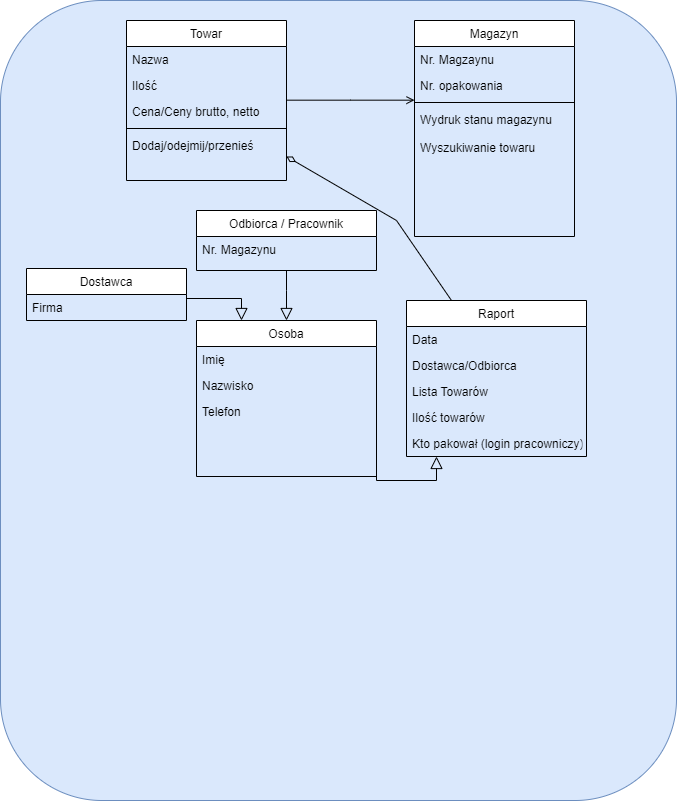
This is Doc/diag.png from Buczixo/MagazineManagmentProject, a draw.io export, as it was before one commit. Source tidied: cells renumbered, new cells last; positions are measured from the earlier drawing's top-left corner, leaving out a move shared by most shapes.
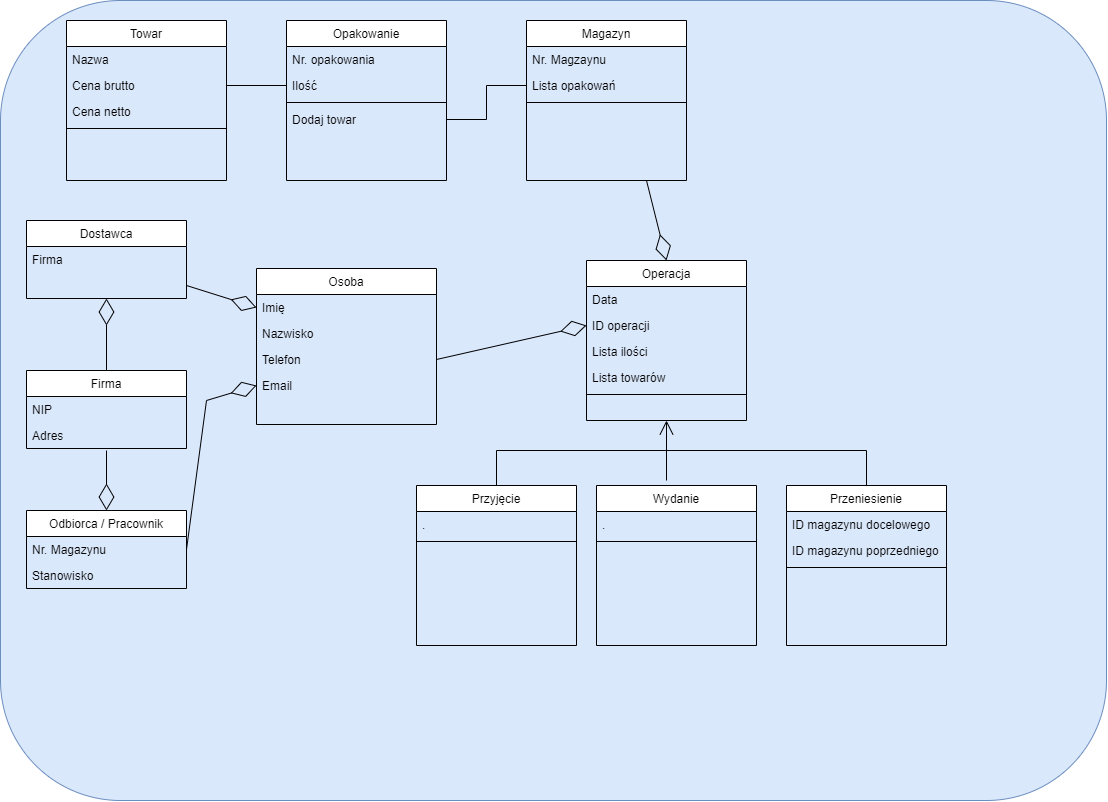
After the change.

Diff of the diagram source:
```diff
@@ -3,106 +3,52 @@
     <mxCell id="0" />
     <mxCell id="1" parent="0" />
     <mxCell id="2" style="rounded=1;whiteSpace=wrap;html=1;fontSize=9;fillColor=#dae8fc;strokeColor=#6c8ebf;" parent="1" vertex="1">
-      <mxGeometry width="676" height="800" as="geometry" />
+      <mxGeometry width="1106" height="800" as="geometry" />
     </mxCell>
     <mxCell id="3" value="Towar" style="swimlane;fontStyle=0;align=center;verticalAlign=top;horizontal=1;startSize=26;rounded=0;shadow=0;strokeWidth=1;" parent="1" vertex="1">
-      <mxGeometry x="126" y="20" width="160" height="160" as="geometry" />
+      <mxGeometry x="66" y="20" width="160" height="160" as="geometry" />
     </mxCell>
-    <mxCell id="4" value="Nazwa" style="text;align=left;verticalAlign=top;spacingLeft=4;spacingRight=4;overflow=hidden;" parent="3" vertex="1">
-      <mxGeometry y="26" width="160" height="26" as="geometry" />
-    </mxCell>
-    <mxCell id="5" value="Ilość" style="text;align=left;verticalAlign=top;spacingLeft=4;spacingRight=4;overflow=hidden;points=[[0,0.5],[1,0.5]];portConstraint=eastwest;rounded=0;shadow=0;html=0;" parent="3" vertex="1">
-      <mxGeometry y="52" width="160" height="26" as="geometry" />
-    </mxCell>
+    <mxCell id="34" value="Nazwa" style="text;align=left;verticalAlign=top;spacingLeft=4;spacingRight=4;overflow=hidden;rounded=0;shadow=0;html=0;" parent="3" vertex="1">
+      <mxGeometry y="26" width="160" height="26" as="geometry" />
+    </mxCell>
-    <mxCell id="6" value="Cena/Ceny brutto, netto" style="text;align=left;verticalAlign=top;spacingLeft=4;spacingRight=4;overflow=hidden;points=[[0,0.5],[1,0.5]];portConstraint=eastwest;rounded=0;shadow=0;html=0;" parent="3" vertex="1">
-      <mxGeometry y="78" width="160" height="26" as="geometry" />
+    <mxCell id="6" value="Cena brutto" style="text;align=left;verticalAlign=top;spacingLeft=4;spacingRight=4;overflow=hidden;points=[[0,0.5],[1,0.5]];portConstraint=eastwest;rounded=0;shadow=0;html=0;" parent="3" vertex="1">
+      <mxGeometry y="52" width="160" height="26" as="geometry" />
     </mxCell>
+    <mxCell id="35" value="Cena netto" style="text;align=left;verticalAlign=top;spacingLeft=4;spacingRight=4;overflow=hidden;rounded=0;shadow=0;html=0;" parent="3" vertex="1">
+      <mxGeometry y="78" width="160" height="26" as="geometry" />
+    </mxCell>
     <mxCell id="7" style="line;html=1;strokeWidth=1;align=left;verticalAlign=middle;spacingTop=-1;spacingLeft=3;spacingRight=3;labelPosition=right;" parent="3" vertex="1">
       <mxGeometry y="104" width="160" height="8" as="geometry" />
     </mxCell>
-    <mxCell id="8" value="Dodaj/odejmij/przenieś" style="text;align=left;verticalAlign=top;spacingLeft=4;spacingRight=4;overflow=hidden;points=[[0,0.5],[1,0.5]];portConstraint=eastwest;" parent="3" vertex="1">
-      <mxGeometry y="112" width="160" height="48" as="geometry" />
-    </mxCell>
     <mxCell id="9" value="Dostawca" style="swimlane;fontStyle=0;align=center;verticalAlign=top;horizontal=1;startSize=26;rounded=0;shadow=0;strokeWidth=1;" parent="1" vertex="1">
-      <mxGeometry x="26" y="268" width="160" height="52" as="geometry" />
+      <mxGeometry x="26" y="220" width="160" height="78" as="geometry" />
     </mxCell>
     <mxCell id="10" value="Firma" style="text;align=left;verticalAlign=top;spacingLeft=4;spacingRight=4;overflow=hidden;" parent="9" vertex="1">
       <mxGeometry y="26" width="160" height="26" as="geometry" />
     </mxCell>
     <mxCell id="11" value="Odbiorca / Pracownik" style="swimlane;fontStyle=0;align=center;verticalAlign=top;horizontal=1;startSize=26;rounded=0;shadow=0;strokeWidth=1;" parent="1" vertex="1">
-      <mxGeometry x="196" y="210" width="180" height="60" as="geometry" />
+      <mxGeometry x="26" y="510" width="160" height="78" as="geometry" />
     </mxCell>
     <mxCell id="12" value="Nr. Magazynu" style="text;align=left;verticalAlign=top;spacingLeft=4;spacingRight=4;overflow=hidden;points=[[0,0.5],[1,0.5]];portConstraint=eastwest;" parent="11" vertex="1">
-      <mxGeometry y="26" width="180" height="26" as="geometry" />
+      <mxGeometry y="26" width="160" height="26" as="geometry" />
     </mxCell>
+    <mxCell id="36" value="Stanowisko" style="text;align=left;verticalAlign=top;spacingLeft=4;spacingRight=4;overflow=hidden;" parent="11" vertex="1">
+      <mxGeometry y="52" width="160" height="26" as="geometry" />
+    </mxCell>
     <mxCell id="13" value="Magazyn" style="swimlane;fontStyle=0;align=center;verticalAlign=top;horizontal=1;startSize=26;rounded=0;shadow=0;strokeWidth=1;" parent="1" vertex="1">
-      <mxGeometry x="414" y="20" width="160" height="216" as="geometry" />
+      <mxGeometry x="526" y="20" width="160" height="160" as="geometry" />
     </mxCell>
     <mxCell id="14" value="Nr. Magzaynu" style="text;align=left;verticalAlign=top;spacingLeft=4;spacingRight=4;overflow=hidden;" parent="13" vertex="1">
       <mxGeometry y="26" width="160" height="26" as="geometry" />
     </mxCell>
-    <mxCell id="15" value="Nr. opakowania" style="text;align=left;verticalAlign=top;spacingLeft=4;spacingRight=4;overflow=hidden;rounded=0;shadow=0;html=0;" parent="13" vertex="1">
-      <mxGeometry y="52" width="160" height="26" as="geometry" />
-    </mxCell>
+    <mxCell id="37" value="Lista opakowań" style="text;align=left;verticalAlign=top;spacingLeft=4;spacingRight=4;overflow=hidden;points=[[0,0.5],[1,0.5]];portConstraint=eastwest;rounded=0;shadow=0;html=0;" parent="13" vertex="1">
+      <mxGeometry y="52" width="160" height="26" as="geometry" />
+    </mxCell>
     <mxCell id="16" style="line;html=1;strokeWidth=1;align=left;verticalAlign=middle;spacingTop=-1;spacingLeft=3;spacingRight=3;labelPosition=right;" parent="13" vertex="1">
       <mxGeometry y="78" width="160" height="8" as="geometry" />
     </mxCell>
-    <mxCell id="17" value="Wydruk stanu magazynu" style="text;align=left;verticalAlign=top;spacingLeft=4;spacingRight=4;overflow=hidden;" parent="13" vertex="1">
-      <mxGeometry y="86" width="160" height="28" as="geometry" />
-    </mxCell>
-    <mxCell id="18" value="Wyszukiwanie towaru" style="text;align=left;verticalAlign=top;spacingLeft=4;spacingRight=4;overflow=hidden;" parent="13" vertex="1">
-      <mxGeometry y="114" width="160" height="26" as="geometry" />
-    </mxCell>
-    <mxCell id="19" style="endArrow=open;shadow=0;strokeWidth=1;rounded=0;endFill=1;edgeStyle=elbowEdgeStyle;elbow=vertical;fontSize=9;" parent="1" edge="1" source="3" target="13">
-      <mxGeometry x="0.5" y="41" relative="1" as="geometry">
-        <mxPoint x="-40" y="32" as="offset" />
-      </mxGeometry>
-    </mxCell>
-    <mxCell id="20" value="Raport" style="swimlane;fontStyle=0;align=center;verticalAlign=top;horizontal=1;startSize=26;rounded=0;shadow=0;strokeWidth=1;" parent="1" vertex="1">
-      <mxGeometry x="406" y="300" width="180" height="156" as="geometry" />
-    </mxCell>
-    <mxCell id="21" value="Data" style="text;align=left;verticalAlign=top;spacingLeft=4;spacingRight=4;overflow=hidden;" parent="20" vertex="1">
-      <mxGeometry y="26" width="180" height="26" as="geometry" />
-    </mxCell>
-    <mxCell id="22" value="Dostawca/Odbiorca" style="text;align=left;verticalAlign=top;spacingLeft=4;spacingRight=4;overflow=hidden;rounded=0;shadow=0;html=0;" parent="20" vertex="1">
-      <mxGeometry y="52" width="180" height="26" as="geometry" />
-    </mxCell>
-    <mxCell id="23" value="Lista Towarów" style="text;align=left;verticalAlign=top;spacingLeft=4;spacingRight=4;overflow=hidden;rounded=0;shadow=0;html=0;" parent="20" vertex="1">
-      <mxGeometry y="78" width="180" height="26" as="geometry" />
-    </mxCell>
-    <mxCell id="24" value="Ilość towarów" style="text;align=left;verticalAlign=top;spacingLeft=4;spacingRight=4;overflow=hidden;rounded=0;shadow=0;html=0;" parent="20" vertex="1">
-      <mxGeometry y="104" width="180" height="26" as="geometry" />
-    </mxCell>
-    <mxCell id="25" value="Kto pakował (login pracowniczy)" style="text;align=left;verticalAlign=top;spacingLeft=4;spacingRight=4;overflow=hidden;rounded=0;shadow=0;html=0;" parent="20" vertex="1">
-      <mxGeometry y="130" width="180" height="26" as="geometry" />
-    </mxCell>
-    <mxCell id="26" style="endArrow=none;startArrow=diamondThin;endFill=0;startFill=0;html=1;verticalAlign=bottom;labelBackgroundColor=none;strokeWidth=1;startSize=8;endSize=8;rounded=0;fontSize=9;exitX=1;exitY=0.5;exitDx=0;exitDy=0;entryX=0.25;entryY=0;entryDx=0;entryDy=0;" parent="1" edge="1" source="8" target="20">
-      <mxGeometry relative="1" as="geometry">
-        <Array as="points">
-          <mxPoint x="396" y="220" />
-        </Array>
-      </mxGeometry>
-    </mxCell>
-    <mxCell id="27" style="endArrow=block;endSize=10;endFill=0;shadow=0;strokeWidth=1;rounded=0;edgeStyle=elbowEdgeStyle;elbow=vertical;entryX=0.5;entryY=0;entryDx=0;entryDy=0;exitX=0.5;exitY=1;exitDx=0;exitDy=0;" parent="1" edge="1" source="11" target="29">
-      <mxGeometry relative="1" as="geometry">
-        <Array as="points">
-          <mxPoint x="266" y="290" />
-          <mxPoint x="256" y="360" />
-        </Array>
-      </mxGeometry>
-    </mxCell>
-    <mxCell id="28" style="endArrow=block;endSize=10;endFill=0;shadow=0;strokeWidth=1;rounded=0;edgeStyle=elbowEdgeStyle;elbow=vertical;exitX=1;exitY=0.75;exitDx=0;exitDy=0;entryX=0.25;entryY=0;entryDx=0;entryDy=0;" parent="1" edge="1" source="9" target="29">
-      <mxGeometry relative="1" as="geometry">
-        <Array as="points">
-          <mxPoint x="206" y="298" />
-          <mxPoint x="136" y="340" />
-          <mxPoint x="266" y="440" />
-          <mxPoint x="266" y="420" />
-        </Array>
-      </mxGeometry>
-    </mxCell>
     <mxCell id="29" value="Osoba" style="swimlane;fontStyle=0;align=center;verticalAlign=top;horizontal=1;startSize=26;rounded=0;shadow=0;strokeWidth=1;" parent="1" vertex="1">
-      <mxGeometry x="196" y="320" width="180" height="156" as="geometry" />
+      <mxGeometry x="256" y="268" width="180" height="156" as="geometry" />
     </mxCell>
     <mxCell id="30" value="Imię" style="text;align=left;verticalAlign=top;spacingLeft=4;spacingRight=4;overflow=hidden;" parent="29" vertex="1">
       <mxGeometry y="26" width="180" height="26" as="geometry" />
@@ -113,12 +59,134 @@
     <mxCell id="32" value="Telefon" style="text;align=left;verticalAlign=top;spacingLeft=4;spacingRight=4;overflow=hidden;points=[[0,0.5],[1,0.5]];portConstraint=eastwest;rounded=0;shadow=0;html=0;" parent="29" vertex="1">
       <mxGeometry y="78" width="180" height="26" as="geometry" />
     </mxCell>
-    <mxCell id="33" style="endArrow=block;endSize=10;endFill=0;shadow=0;strokeWidth=1;rounded=0;edgeStyle=elbowEdgeStyle;elbow=vertical;exitX=1;exitY=0.5;exitDx=0;exitDy=0;" parent="1" edge="1" source="31" target="20">
-      <mxGeometry relative="1" as="geometry">
-        <Array as="points">
-          <mxPoint x="436" y="480" />
-        </Array>
-      </mxGeometry>
-    </mxCell>
+    <mxCell id="38" value="Email" style="text;align=left;verticalAlign=top;spacingLeft=4;spacingRight=4;overflow=hidden;rounded=0;shadow=0;html=0;" parent="29" vertex="1">
+      <mxGeometry y="104" width="180" height="26" as="geometry" />
+    </mxCell>
+    <mxCell id="39" style="endArrow=diamondThin;endFill=0;endSize=24;html=1;rounded=0;exitX=1;exitY=0.5;exitDx=0;exitDy=0;entryX=0;entryY=0.25;entryDx=0;entryDy=0;" parent="1" edge="1" target="29">
+      <mxGeometry relative="1" as="geometry">
+        <mxPoint x="186" y="285" as="sourcePoint" />
+      </mxGeometry>
+    </mxCell>
+    <mxCell id="40" style="endArrow=diamondThin;endFill=0;endSize=24;html=1;rounded=0;exitX=1;exitY=0.5;exitDx=0;exitDy=0;entryX=0;entryY=0.75;entryDx=0;entryDy=0;" parent="1" edge="1" source="12" target="29">
+      <mxGeometry relative="1" as="geometry">
+        <Array as="points">
+          <mxPoint x="206" y="400" />
+        </Array>
+      </mxGeometry>
+    </mxCell>
+    <mxCell id="41" value="Opakowanie" style="swimlane;fontStyle=0;align=center;verticalAlign=top;horizontal=1;startSize=26;rounded=0;shadow=0;strokeWidth=1;" parent="1" vertex="1">
+      <mxGeometry x="286" y="20" width="160" height="160" as="geometry" />
+    </mxCell>
+    <mxCell id="4" value="Nr. opakowania" style="text;align=left;verticalAlign=top;spacingLeft=4;spacingRight=4;overflow=hidden;" parent="41" vertex="1">
+      <mxGeometry y="26" width="160" height="26" as="geometry" />
+    </mxCell>
+    <mxCell id="5" value="Ilość" style="text;align=left;verticalAlign=top;spacingLeft=4;spacingRight=4;overflow=hidden;points=[[0,0.5],[1,0.5]];portConstraint=eastwest;" parent="41" vertex="1">
+      <mxGeometry y="52" width="160" height="26" as="geometry" />
+    </mxCell>
+    <mxCell id="42" style="line;html=1;strokeWidth=1;align=left;verticalAlign=middle;spacingTop=-1;spacingLeft=3;spacingRight=3;labelPosition=right;" parent="41" vertex="1">
+      <mxGeometry y="78" width="160" height="8" as="geometry" />
+    </mxCell>
+    <mxCell id="43" value="Dodaj towar" style="text;align=left;verticalAlign=top;spacingLeft=4;spacingRight=4;overflow=hidden;points=[[0,0.5],[1,0.5]];portConstraint=eastwest;" parent="41" vertex="1">
+      <mxGeometry y="86" width="160" height="26" as="geometry" />
+    </mxCell>
+    <mxCell id="44" value="Operacja" style="swimlane;fontStyle=0;align=center;verticalAlign=top;horizontal=1;startSize=26;rounded=0;shadow=0;strokeWidth=1;" parent="1" vertex="1">
+      <mxGeometry x="586" y="260" width="160" height="160" as="geometry" />
+    </mxCell>
+    <mxCell id="21" value="Data" style="text;align=left;verticalAlign=top;spacingLeft=4;spacingRight=4;overflow=hidden;" parent="44" vertex="1">
+      <mxGeometry y="26" width="160" height="26" as="geometry" />
+    </mxCell>
+    <mxCell id="45" value="ID operacji" style="text;align=left;verticalAlign=top;spacingLeft=4;spacingRight=4;overflow=hidden;points=[[0,0.5],[1,0.5]];portConstraint=eastwest;rounded=0;shadow=0;html=0;" parent="44" vertex="1">
+      <mxGeometry y="52" width="160" height="26" as="geometry" />
+    </mxCell>
+    <mxCell id="46" value="Lista ilości" style="text;align=left;verticalAlign=top;spacingLeft=4;spacingRight=4;overflow=hidden;rounded=0;shadow=0;html=0;" parent="44" vertex="1">
+      <mxGeometry y="78" width="160" height="26" as="geometry" />
+    </mxCell>
+    <mxCell id="47" value="Lista towarów" style="text;align=left;verticalAlign=top;spacingLeft=4;spacingRight=4;overflow=hidden;rounded=0;shadow=0;html=0;" parent="44" vertex="1">
+      <mxGeometry y="104" width="160" height="26" as="geometry" />
+    </mxCell>
+    <mxCell id="48" style="line;html=1;strokeWidth=1;align=left;verticalAlign=middle;spacingTop=-1;spacingLeft=3;spacingRight=3;labelPosition=right;" parent="44" vertex="1">
+      <mxGeometry y="130" width="160" height="8" as="geometry" />
+    </mxCell>
+    <mxCell id="49" value="Firma" style="swimlane;fontStyle=0;align=center;verticalAlign=top;horizontal=1;startSize=26;rounded=0;shadow=0;strokeWidth=1;" parent="1" vertex="1">
+      <mxGeometry x="26" y="370" width="160" height="78" as="geometry" />
+    </mxCell>
+    <mxCell id="50" value="NIP&#10;" style="text;align=left;verticalAlign=top;spacingLeft=4;spacingRight=4;overflow=hidden;" parent="49" vertex="1">
+      <mxGeometry y="26" width="160" height="26" as="geometry" />
+    </mxCell>
+    <mxCell id="51" value="Adres" style="text;align=left;verticalAlign=top;spacingLeft=4;spacingRight=4;overflow=hidden;" parent="49" vertex="1">
+      <mxGeometry y="52" width="160" height="26" as="geometry" />
+    </mxCell>
+    <mxCell id="52" style="endArrow=diamondThin;endFill=0;endSize=24;html=1;rounded=0;entryX=0.5;entryY=1;entryDx=0;entryDy=0;exitX=0.5;exitY=0;exitDx=0;exitDy=0;" parent="1" edge="1" source="49" target="9">
+      <mxGeometry relative="1" as="geometry" />
+    </mxCell>
+    <mxCell id="53" style="endArrow=diamondThin;endFill=0;endSize=24;html=1;rounded=0;entryX=0.5;entryY=0;entryDx=0;entryDy=0;" parent="1" edge="1" target="11">
+      <mxGeometry relative="1" as="geometry">
+        <mxPoint x="106" y="450" as="sourcePoint" />
+      </mxGeometry>
+    </mxCell>
+    <mxCell id="54" style="endArrow=none;html=1;edgeStyle=orthogonalEdgeStyle;rounded=0;exitX=0;exitY=0.5;exitDx=0;exitDy=0;entryX=1;entryY=0.5;entryDx=0;entryDy=0;" parent="1" edge="1" source="5" target="6">
+      <mxGeometry relative="1" as="geometry" />
+    </mxCell>
+    <mxCell id="55" style="endArrow=none;html=1;edgeStyle=orthogonalEdgeStyle;rounded=0;exitX=1;exitY=0.5;exitDx=0;exitDy=0;entryX=0;entryY=0.5;entryDx=0;entryDy=0;" parent="1" edge="1" source="43" target="37">
+      <mxGeometry relative="1" as="geometry" />
+    </mxCell>
+    <mxCell id="56" style="endArrow=diamondThin;endFill=0;endSize=24;html=1;rounded=0;exitX=1;exitY=0.5;exitDx=0;exitDy=0;entryX=0;entryY=0.5;entryDx=0;entryDy=0;" parent="1" edge="1" source="32" target="45">
+      <mxGeometry relative="1" as="geometry" />
+    </mxCell>
+    <mxCell id="57" value="Przyjęcie" style="swimlane;fontStyle=0;align=center;verticalAlign=top;horizontal=1;startSize=26;rounded=0;shadow=0;strokeWidth=1;" parent="1" vertex="1">
+      <mxGeometry x="416" y="485" width="160" height="160" as="geometry" />
+    </mxCell>
+    <mxCell id="58" value="." style="text;align=left;verticalAlign=top;spacingLeft=4;spacingRight=4;overflow=hidden;rounded=0;shadow=0;html=0;" parent="57" vertex="1">
+      <mxGeometry y="26" width="160" height="26" as="geometry" />
+    </mxCell>
+    <mxCell id="59" style="line;html=1;strokeWidth=1;align=left;verticalAlign=middle;spacingTop=-1;spacingLeft=3;spacingRight=3;labelPosition=right;" parent="57" vertex="1">
+      <mxGeometry y="52" width="160" height="8" as="geometry" />
+    </mxCell>
+    <mxCell id="60" value="Wydanie" style="swimlane;fontStyle=0;align=center;verticalAlign=top;horizontal=1;startSize=26;rounded=0;shadow=0;strokeWidth=1;" parent="1" vertex="1">
+      <mxGeometry x="596" y="485" width="160" height="160" as="geometry" />
+    </mxCell>
+    <mxCell id="61" value="." style="text;align=left;verticalAlign=top;spacingLeft=4;spacingRight=4;overflow=hidden;rounded=0;shadow=0;html=0;" parent="60" vertex="1">
+      <mxGeometry y="26" width="160" height="26" as="geometry" />
+    </mxCell>
+    <mxCell id="62" style="line;html=1;strokeWidth=1;align=left;verticalAlign=middle;spacingTop=-1;spacingLeft=3;spacingRight=3;labelPosition=right;" parent="60" vertex="1">
+      <mxGeometry y="52" width="160" height="8" as="geometry" />
+    </mxCell>
+    <mxCell id="63" value="Przeniesienie" style="swimlane;fontStyle=0;align=center;verticalAlign=top;horizontal=1;startSize=26;rounded=0;shadow=0;strokeWidth=1;" parent="1" vertex="1">
+      <mxGeometry x="786" y="485" width="160" height="160" as="geometry" />
+    </mxCell>
+    <mxCell id="64" value="ID magazynu docelowego" style="text;align=left;verticalAlign=top;spacingLeft=4;spacingRight=4;overflow=hidden;rounded=0;shadow=0;html=0;" parent="63" vertex="1">
+      <mxGeometry y="26" width="160" height="26" as="geometry" />
+    </mxCell>
+    <mxCell id="65" value="ID magazynu poprzedniego" style="text;align=left;verticalAlign=top;spacingLeft=4;spacingRight=4;overflow=hidden;rounded=0;shadow=0;html=0;" parent="63" vertex="1">
+      <mxGeometry y="52" width="160" height="26" as="geometry" />
+    </mxCell>
+    <mxCell id="66" style="line;html=1;strokeWidth=1;align=left;verticalAlign=middle;spacingTop=-1;spacingLeft=3;spacingRight=3;labelPosition=right;" parent="63" vertex="1">
+      <mxGeometry y="78" width="160" height="8" as="geometry" />
+    </mxCell>
+    <mxCell id="67" style="endArrow=open;endFill=1;endSize=12;html=1;rounded=0;exitX=0.5;exitY=0;exitDx=0;exitDy=0;entryX=0.5;entryY=1;entryDx=0;entryDy=0;" parent="1" edge="1" source="57" target="44">
+      <mxGeometry relative="1" as="geometry">
+        <Array as="points">
+          <mxPoint x="496" y="450" />
+          <mxPoint x="666" y="450" />
+        </Array>
+      </mxGeometry>
+    </mxCell>
+    <mxCell id="68" style="endArrow=none;html=1;rounded=0;" parent="1" edge="1">
+      <mxGeometry relative="1" as="geometry">
+        <mxPoint x="666" y="480" as="sourcePoint" />
+        <mxPoint x="666" y="450" as="targetPoint" />
+      </mxGeometry>
+    </mxCell>
+    <mxCell id="69" style="endArrow=none;html=1;rounded=0;exitX=0.5;exitY=0;exitDx=0;exitDy=0;" parent="1" edge="1" source="63">
+      <mxGeometry relative="1" as="geometry">
+        <mxPoint x="666" y="450" as="targetPoint" />
+        <Array as="points">
+          <mxPoint x="866" y="450" />
+        </Array>
+      </mxGeometry>
+    </mxCell>
+    <mxCell id="70" style="endArrow=diamondThin;endFill=0;endSize=24;html=1;rounded=0;exitX=0.75;exitY=1;exitDx=0;exitDy=0;entryX=0.5;entryY=0;entryDx=0;entryDy=0;" parent="1" edge="1" source="13" target="44">
+      <mxGeometry relative="1" as="geometry" />
+    </mxCell>
   </root>
 </mxGraphModel>
```
